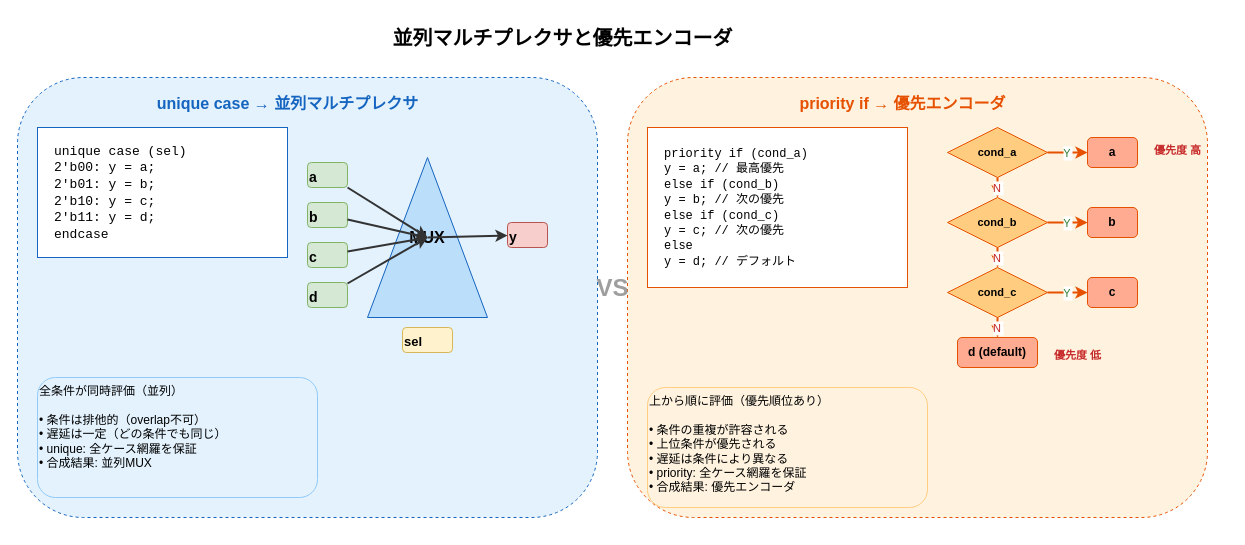
aquaxis/webdoc keeps this draw.io diagram as images/systemverilog-guidebook/ch05_parallel_vs_priority.drawio. Above is the earlier version. Source tidied: cells renumbered, new cells numbered last; positions are measured from the earlier drawing's top-left corner, leaving out a move shared by most shapes. Both pictures are drawn from the tidied source at 100%, with x=0, y=0 at pixel (17, 17).
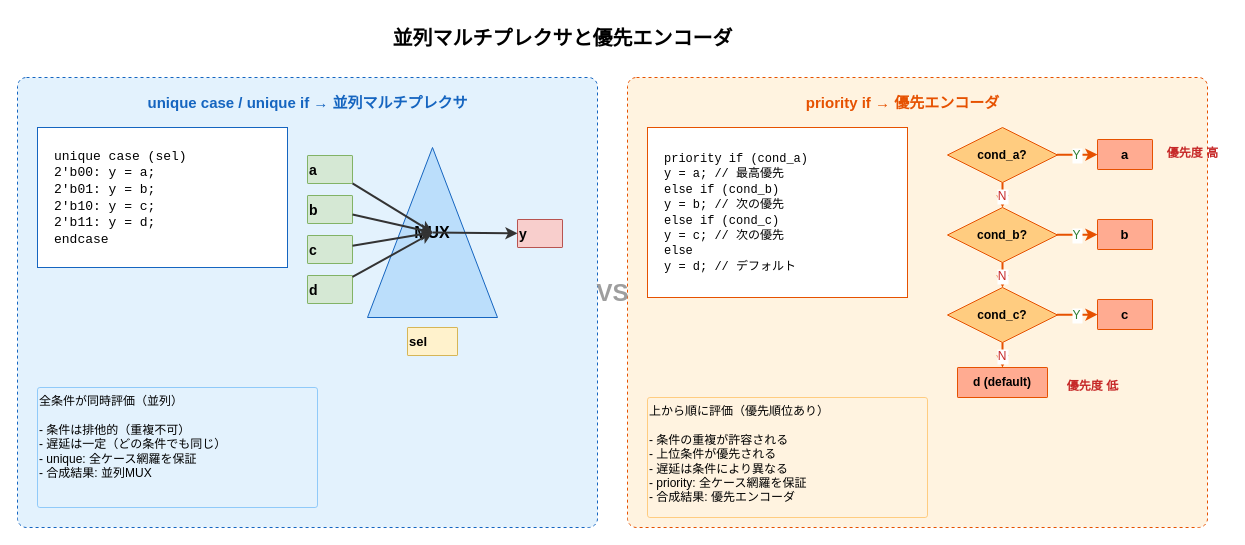
Above is the later version.

Change to the diagram source:
```diff
@@
-    <mxCell id="3" style="rounded=1;whiteSpace=wrap;html=1;fillColor=#E3F2FD;strokeColor=#1565C0;dashed=1;" parent="1" vertex="1">
-      <mxGeometry y="60" width="580" height="440" as="geometry" />
+    <mxCell id="3" style="rounded=1;arcSize=2;whiteSpace=wrap;html=1;fillColor=#E3F2FD;strokeColor=#1565C0;dashed=1;" parent="1" vertex="1">
+      <mxGeometry y="60" width="580" height="450" as="geometry" />
     </mxCell>
-    <mxCell id="4" value="unique case → 並列マルチプレクサ" style="text;html=1;fontSize=16;fontStyle=1;align=center;fontColor=#1565C0;" parent="1" vertex="1">
-      <mxGeometry x="70" y="70" width="400" height="30" as="geometry" />
+    <mxCell id="4" value="unique case / unique if → 並列マルチプレクサ" style="text;html=1;fontSize=15;fontStyle=1;align=center;fontColor=#1565C0;" parent="1" vertex="1">
+      <mxGeometry x="40" y="70" width="500" height="30" as="geometry" />
     </mxCell>
     <mxCell id="5" value="&lt;font face=&quot;Courier New&quot;&gt;unique case (sel)&lt;br&gt;  2'b00: y = a;&lt;br&gt;  2'b01: y = b;&lt;br&gt;  2'b10: y = c;&lt;br&gt;  2'b11: y = d;&lt;br&gt;endcase&lt;/font&gt;" style="rounded=0;whiteSpace=wrap;html=1;fillColor=#FFFFFF;strokeColor=#1565C0;fontSize=13;align=left;spacingLeft=15;" parent="1" vertex="1">
-      <mxGeometry x="20" y="110" width="250" height="130" as="geometry" />
+      <mxGeometry x="20" y="110" width="250" height="140" as="geometry" />
     </mxCell>
     <mxCell id="6" value="MUX" style="shape=trapezoid;perimeter=trapezoidPerimeter;whiteSpace=wrap;html=1;fillColor=#BBDEFB;strokeColor=#1565C0;fontSize=16;fontStyle=1;size=20;" parent="1" vertex="1">
-      <mxGeometry x="350" y="140" width="120" height="160" as="geometry" />
+      <mxGeometry x="350" y="130" width="130" height="170" as="geometry" />
     </mxCell>
-    <mxCell id="7" value="a" style="text;html=1;fontSize=14;fontStyle=1;fillColor=#d5e8d4;strokeColor=#82b366;rounded=1;" parent="1" vertex="1">
-      <mxGeometry x="290" y="145" width="40" height="25" as="geometry" />
+    <mxCell id="7" value="a" style="text;html=1;fontSize=14;fontStyle=1;fillColor=#d5e8d4;strokeColor=#82b366;rounded=1;arcSize=2;" parent="1" vertex="1">
+      <mxGeometry x="290" y="138" width="45" height="28" as="geometry" />
     </mxCell>
-    <mxCell id="8" value="b" style="text;html=1;fontSize=14;fontStyle=1;fillColor=#d5e8d4;strokeColor=#82b366;rounded=1;" parent="1" vertex="1">
-      <mxGeometry x="290" y="185" width="40" height="25" as="geometry" />
+    <mxCell id="8" value="b" style="text;html=1;fontSize=14;fontStyle=1;fillColor=#d5e8d4;strokeColor=#82b366;rounded=1;arcSize=2;" parent="1" vertex="1">
+      <mxGeometry x="290" y="178" width="45" height="28" as="geometry" />
     </mxCell>
-    <mxCell id="9" value="c" style="text;html=1;fontSize=14;fontStyle=1;fillColor=#d5e8d4;strokeColor=#82b366;rounded=1;" parent="1" vertex="1">
-      <mxGeometry x="290" y="225" width="40" height="25" as="geometry" />
+    <mxCell id="9" value="c" style="text;html=1;fontSize=14;fontStyle=1;fillColor=#d5e8d4;strokeColor=#82b366;rounded=1;arcSize=2;" parent="1" vertex="1">
+      <mxGeometry x="290" y="218" width="45" height="28" as="geometry" />
     </mxCell>
-    <mxCell id="10" value="d" style="text;html=1;fontSize=14;fontStyle=1;fillColor=#d5e8d4;strokeColor=#82b366;rounded=1;" parent="1" vertex="1">
-      <mxGeometry x="290" y="265" width="40" height="25" as="geometry" />
+    <mxCell id="10" value="d" style="text;html=1;fontSize=14;fontStyle=1;fillColor=#d5e8d4;strokeColor=#82b366;rounded=1;arcSize=2;" parent="1" vertex="1">
+      <mxGeometry x="290" y="258" width="45" height="28" as="geometry" />
     </mxCell>
-    <mxCell id="11" value="sel" style="text;html=1;fontSize=13;fontStyle=1;fillColor=#fff2cc;strokeColor=#d6b656;rounded=1;" parent="1" vertex="1">
-      <mxGeometry x="385" y="310" width="50" height="25" as="geometry" />
+    <mxCell id="11" value="sel" style="text;html=1;fontSize=13;fontStyle=1;fillColor=#fff2cc;strokeColor=#d6b656;rounded=1;arcSize=2;" parent="1" vertex="1">
+      <mxGeometry x="390" y="310" width="50" height="28" as="geometry" />
     </mxCell>
-    <mxCell id="12" value="y" style="text;html=1;fontSize=14;fontStyle=1;fillColor=#f8cecc;strokeColor=#b85450;rounded=1;" parent="1" vertex="1">
-      <mxGeometry x="490" y="205" width="40" height="25" as="geometry" />
+    <mxCell id="12" value="y" style="text;html=1;fontSize=14;fontStyle=1;fillColor=#f8cecc;strokeColor=#b85450;rounded=1;arcSize=2;" parent="1" vertex="1">
+      <mxGeometry x="500" y="202" width="45" height="28" as="geometry" />
     </mxCell>
@@
-    <mxCell id="18" value="全条件が同時評価（並列）&#10;&#10;• 条件は排他的（overlap不可）&#10;• 遅延は一定（どの条件でも同じ）&#10;• unique: 全ケース網羅を保証&#10;• 合成結果: 並列MUX" style="text;html=1;fontSize=12;align=left;verticalAlign=top;fillColor=#E3F2FD;strokeColor=#90CAF9;rounded=1;" parent="1" vertex="1">
-      <mxGeometry x="20" y="360" width="280" height="120" as="geometry" />
+    <mxCell id="18" value="全条件が同時評価（並列）&#10;&#10;- 条件は排他的（重複不可）&#10;- 遅延は一定（どの条件でも同じ）&#10;- unique: 全ケース網羅を保証&#10;- 合成結果: 並列MUX" style="text;html=1;fontSize=12;align=left;verticalAlign=top;fillColor=#E3F2FD;strokeColor=#90CAF9;rounded=1;arcSize=2;" parent="1" vertex="1">
+      <mxGeometry x="20" y="370" width="280" height="120" as="geometry" />
     </mxCell>
-    <mxCell id="19" style="rounded=1;whiteSpace=wrap;html=1;fillColor=#FFF3E0;strokeColor=#E65100;dashed=1;" parent="1" vertex="1">
-      <mxGeometry x="610" y="60" width="580" height="440" as="geometry" />
+    <mxCell id="19" style="rounded=1;arcSize=2;whiteSpace=wrap;html=1;fillColor=#FFF3E0;strokeColor=#E65100;dashed=1;" parent="1" vertex="1">
+      <mxGeometry x="610" y="60" width="580" height="450" as="geometry" />
     </mxCell>
-    <mxCell id="20" value="priority if → 優先エンコーダ" style="text;html=1;fontSize=16;fontStyle=1;align=center;fontColor=#E65100;" parent="1" vertex="1">
+    <mxCell id="20" value="priority if → 優先エンコーダ" style="text;html=1;fontSize=15;fontStyle=1;align=center;fontColor=#E65100;" parent="1" vertex="1">
       <mxGeometry x="710" y="70" width="350" height="30" as="geometry" />
     </mxCell>
-    <mxCell id="21" value="&lt;font face=&quot;Courier New&quot;&gt;priority if (cond_a)&lt;br&gt;  y = a;         // 最高優先&lt;br&gt;else if (cond_b)&lt;br&gt;  y = b;         // 次の優先&lt;br&gt;else if (cond_c)&lt;br&gt;  y = c;         // 次の優先&lt;br&gt;else&lt;br&gt;  y = d;         // デフォルト&lt;/font&gt;" style="rounded=0;whiteSpace=wrap;html=1;fillColor=#FFFFFF;strokeColor=#E65100;fontSize=12;align=left;spacingLeft=15;" parent="1" vertex="1">
-      <mxGeometry x="630" y="110" width="260" height="160" as="geometry" />
+    <mxCell id="21" value="&lt;font face=&quot;Courier New&quot;&gt;priority if (cond_a)&lt;br&gt;  y = a;       // 最高優先&lt;br&gt;else if (cond_b)&lt;br&gt;  y = b;       // 次の優先&lt;br&gt;else if (cond_c)&lt;br&gt;  y = c;       // 次の優先&lt;br&gt;else&lt;br&gt;  y = d;       // デフォルト&lt;/font&gt;" style="rounded=0;whiteSpace=wrap;html=1;fillColor=#FFFFFF;strokeColor=#E65100;fontSize=12;align=left;spacingLeft=15;" parent="1" vertex="1">
+      <mxGeometry x="630" y="110" width="260" height="170" as="geometry" />
     </mxCell>
-    <mxCell id="22" value="cond_a" style="rhombus;whiteSpace=wrap;html=1;fillColor=#FFCC80;strokeColor=#E65100;fontSize=11;fontStyle=1;" parent="1" vertex="1">
-      <mxGeometry x="930" y="110" width="100" height="50" as="geometry" />
+    <mxCell id="22" value="cond_a?" style="rhombus;whiteSpace=wrap;html=1;fillColor=#FFCC80;strokeColor=#E65100;fontSize=12;fontStyle=1;" parent="1" vertex="1">
+      <mxGeometry x="930" y="110" width="110" height="55" as="geometry" />
     </mxCell>
-    <mxCell id="23" value="a" style="rounded=1;whiteSpace=wrap;html=1;fillColor=#FFAB91;strokeColor=#E65100;fontSize=12;fontStyle=1;" parent="1" vertex="1">
-      <mxGeometry x="1070" y="120" width="50" height="30" as="geometry" />
+    <mxCell id="23" value="a" style="rounded=1;arcSize=2;whiteSpace=wrap;html=1;fillColor=#FFAB91;strokeColor=#E65100;fontSize=13;fontStyle=1;" parent="1" vertex="1">
+      <mxGeometry x="1080" y="122" width="55" height="30" as="geometry" />
     </mxCell>
-    <mxCell id="24" value="cond_b" style="rhombus;whiteSpace=wrap;html=1;fillColor=#FFCC80;strokeColor=#E65100;fontSize=11;fontStyle=1;" parent="1" vertex="1">
-      <mxGeometry x="930" y="180" width="100" height="50" as="geometry" />
+    <mxCell id="24" value="cond_b?" style="rhombus;whiteSpace=wrap;html=1;fillColor=#FFCC80;strokeColor=#E65100;fontSize=12;fontStyle=1;" parent="1" vertex="1">
+      <mxGeometry x="930" y="190" width="110" height="55" as="geometry" />
     </mxCell>
-    <mxCell id="25" value="b" style="rounded=1;whiteSpace=wrap;html=1;fillColor=#FFAB91;strokeColor=#E65100;fontSize=12;fontStyle=1;" parent="1" vertex="1">
-      <mxGeometry x="1070" y="190" width="50" height="30" as="geometry" />
+    <mxCell id="25" value="b" style="rounded=1;arcSize=2;whiteSpace=wrap;html=1;fillColor=#FFAB91;strokeColor=#E65100;fontSize=13;fontStyle=1;" parent="1" vertex="1">
+      <mxGeometry x="1080" y="202" width="55" height="30" as="geometry" />
     </mxCell>
-    <mxCell id="26" value="cond_c" style="rhombus;whiteSpace=wrap;html=1;fillColor=#FFCC80;strokeColor=#E65100;fontSize=11;fontStyle=1;" parent="1" vertex="1">
-      <mxGeometry x="930" y="250" width="100" height="50" as="geometry" />
+    <mxCell id="26" value="cond_c?" style="rhombus;whiteSpace=wrap;html=1;fillColor=#FFCC80;strokeColor=#E65100;fontSize=12;fontStyle=1;" parent="1" vertex="1">
+      <mxGeometry x="930" y="270" width="110" height="55" as="geometry" />
     </mxCell>
-    <mxCell id="27" value="c" style="rounded=1;whiteSpace=wrap;html=1;fillColor=#FFAB91;strokeColor=#E65100;fontSize=12;fontStyle=1;" parent="1" vertex="1">
-      <mxGeometry x="1070" y="260" width="50" height="30" as="geometry" />
+    <mxCell id="27" value="c" style="rounded=1;arcSize=2;whiteSpace=wrap;html=1;fillColor=#FFAB91;strokeColor=#E65100;fontSize=13;fontStyle=1;" parent="1" vertex="1">
+      <mxGeometry x="1080" y="282" width="55" height="30" as="geometry" />
     </mxCell>
-    <mxCell id="28" value="d (default)" style="rounded=1;whiteSpace=wrap;html=1;fillColor=#FFAB91;strokeColor=#E65100;fontSize=12;fontStyle=1;" parent="1" vertex="1">
-      <mxGeometry x="940" y="320" width="80" height="30" as="geometry" />
+    <mxCell id="28" value="d (default)" style="rounded=1;arcSize=2;whiteSpace=wrap;html=1;fillColor=#FFAB91;strokeColor=#E65100;fontSize=12;fontStyle=1;" parent="1" vertex="1">
+      <mxGeometry x="940" y="350" width="90" height="30" as="geometry" />
     </mxCell>
-    <mxCell id="29" value="Y" style="strokeWidth=2;strokeColor=#E65100;fontSize=11;fontColor=#2E7D32;" parent="1" edge="1" source="22" target="23">
+    <mxCell id="29" value="Y" style="strokeWidth=2;strokeColor=#E65100;fontSize=12;fontColor=#2E7D32;" parent="1" edge="1" source="22" target="23">
       <mxGeometry relative="1" as="geometry" />
     </mxCell>
-    <mxCell id="30" value="N" style="strokeWidth=2;strokeColor=#E65100;fontSize=11;fontColor=#C62828;" parent="1" edge="1" source="22" target="24">
+    <mxCell id="30" value="N" style="strokeWidth=2;strokeColor=#E65100;fontSize=12;fontColor=#C62828;" parent="1" edge="1" source="22" target="24">
       <mxGeometry relative="1" as="geometry" />
     </mxCell>
-    <mxCell id="31" value="Y" style="strokeWidth=2;strokeColor=#E65100;fontSize=11;fontColor=#2E7D32;" parent="1" edge="1" source="24" target="25">
+    <mxCell id="31" value="Y" style="strokeWidth=2;strokeColor=#E65100;fontSize=12;fontColor=#2E7D32;" parent="1" edge="1" source="24" target="25">
       <mxGeometry relative="1" as="geometry" />
     </mxCell>
-    <mxCell id="32" value="N" style="strokeWidth=2;strokeColor=#E65100;fontSize=11;fontColor=#C62828;" parent="1" edge="1" source="24" target="26">
+    <mxCell id="32" value="N" style="strokeWidth=2;strokeColor=#E65100;fontSize=12;fontColor=#C62828;" parent="1" edge="1" source="24" target="26">
       <mxGeometry relative="1" as="geometry" />
     </mxCell>
-    <mxCell id="33" value="Y" style="strokeWidth=2;strokeColor=#E65100;fontSize=11;fontColor=#2E7D32;" parent="1" edge="1" source="26" target="27">
+    <mxCell id="33" value="Y" style="strokeWidth=2;strokeColor=#E65100;fontSize=12;fontColor=#2E7D32;" parent="1" edge="1" source="26" target="27">
       <mxGeometry relative="1" as="geometry" />
     </mxCell>
-    <mxCell id="34" value="N" style="strokeWidth=2;strokeColor=#E65100;fontSize=11;fontColor=#C62828;" parent="1" edge="1" source="26" target="28">
+    <mxCell id="34" value="N" style="strokeWidth=2;strokeColor=#E65100;fontSize=12;fontColor=#C62828;" parent="1" edge="1" source="26" target="28">
       <mxGeometry relative="1" as="geometry" />
     </mxCell>
-    <mxCell id="35" value="上から順に評価（優先順位あり）&#10;&#10;• 条件の重複が許容される&#10;• 上位条件が優先される&#10;• 遅延は条件により異なる&#10;• priority: 全ケース網羅を保証&#10;• 合成結果: 優先エンコーダ" style="text;html=1;fontSize=12;align=left;verticalAlign=top;fillColor=#FFF3E0;strokeColor=#FFCC80;rounded=1;" parent="1" vertex="1">
-      <mxGeometry x="630" y="370" width="280" height="120" as="geometry" />
+    <mxCell id="35" value="上から順に評価（優先順位あり）&#10;&#10;- 条件の重複が許容される&#10;- 上位条件が優先される&#10;- 遅延は条件により異なる&#10;- priority: 全ケース網羅を保証&#10;- 合成結果: 優先エンコーダ" style="text;html=1;fontSize=12;align=left;verticalAlign=top;fillColor=#FFF3E0;strokeColor=#FFCC80;rounded=1;arcSize=2;" parent="1" vertex="1">
+      <mxGeometry x="630" y="380" width="280" height="120" as="geometry" />
     </mxCell>
-    <mxCell id="36" value="優先度 高" style="text;html=1;fontSize=11;fontStyle=1;fontColor=#C62828;align=center;" parent="1" vertex="1">
-      <mxGeometry x="1130" y="120" width="60" height="20" as="geometry" />
+    <mxCell id="36" value="優先度 高" style="text;html=1;fontSize=12;fontStyle=1;fontColor=#C62828;align=center;" parent="1" vertex="1">
+      <mxGeometry x="1140" y="122" width="70" height="20" as="geometry" />
     </mxCell>
-    <mxCell id="37" value="優先度 低" style="text;html=1;fontSize=11;fontStyle=1;fontColor=#C62828;align=center;" parent="1" vertex="1">
-      <mxGeometry x="1030" y="325" width="60" height="20" as="geometry" />
+    <mxCell id="37" value="優先度 低" style="text;html=1;fontSize=12;fontStyle=1;fontColor=#C62828;align=center;" parent="1" vertex="1">
+      <mxGeometry x="1040" y="355" width="70" height="20" as="geometry" />
     </mxCell>
     <mxCell id="38" value="VS" style="text;html=1;fontSize=24;fontStyle=1;align=center;fontColor=#9E9E9E;" parent="1" vertex="1">
-      <mxGeometry x="565" y="250" width="60" height="40" as="geometry" />
+      <mxGeometry x="565" y="255" width="60" height="40" as="geometry" />
     </mxCell>
```
